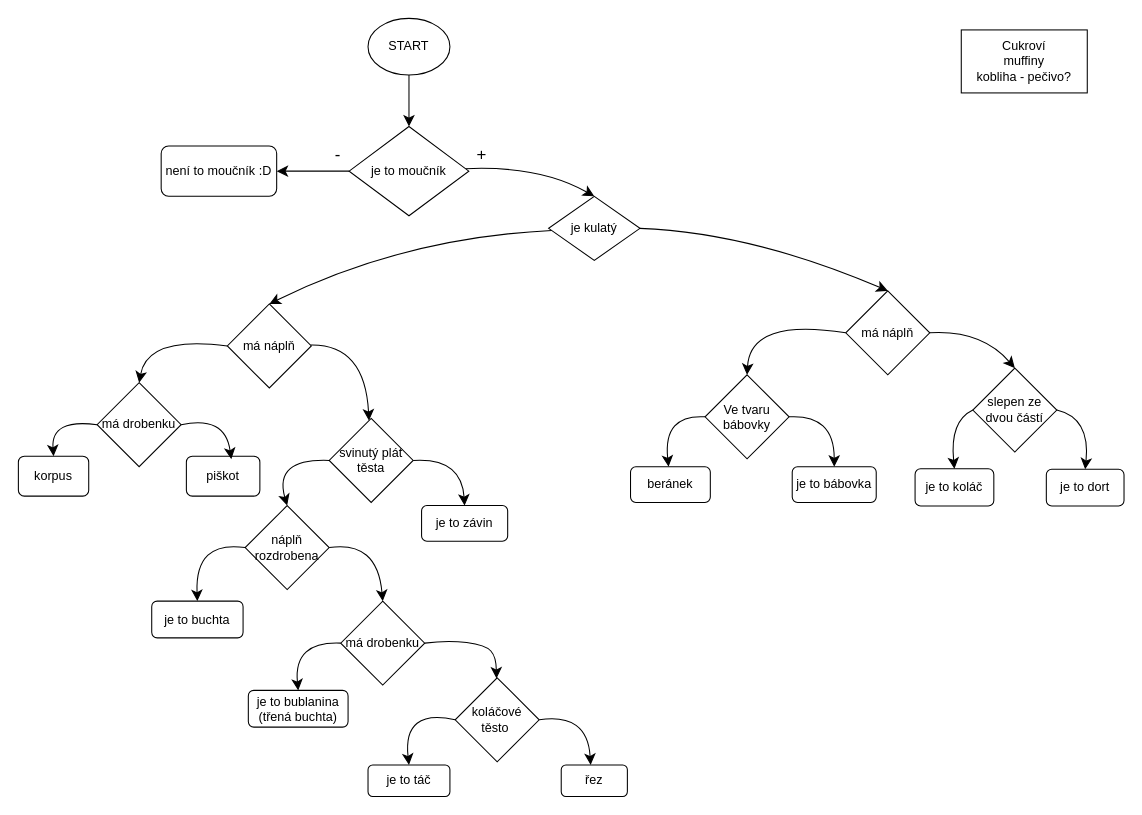
Above: moucnik_diagram.drawio in petra-tovarkova/PI-theory (draw.io), before the change. Source tidied: cells renumbered, new cells numbered last; positions are measured from the earlier drawing's top-left corner, leaving out a move shared by most shapes. Both pictures are drawn from the tidied source at 105%, with x=0, y=0 at pixel (18, 18).
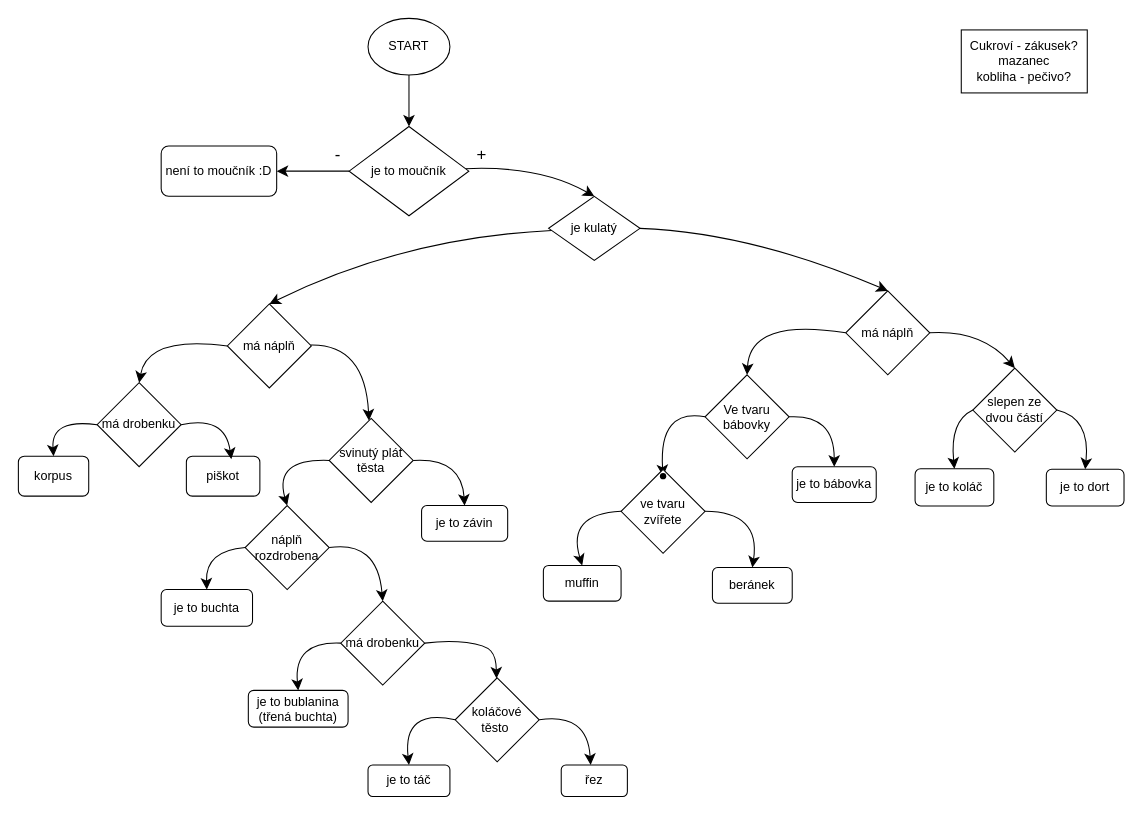
Above is the later version.

Commit message:
try to add hihi

The change refers to these unchanged cells:
```xml
<mxCell id="33" value="náplň rozdrobena" style="rhombus;whiteSpace=wrap;html=1;" parent="1" vertex="1">
  <mxGeometry x="216" y="464" width="80" height="80" as="geometry" />
</mxCell>
<mxCell id="49" value="Ve tvaru bábovky" style="rhombus;whiteSpace=wrap;html=1;" parent="1" vertex="1">
  <mxGeometry x="654" y="339.5" width="80" height="80" as="geometry" />
</mxCell>
```

Diff of the diagram source:
```diff
@@
     <mxCell id="27" value="je to buchta" style="rounded=1;whiteSpace=wrap;html=1;" parent="1" vertex="1">
-      <mxGeometry x="127" y="555" width="87" height="35" as="geometry" />
+      <mxGeometry x="136" y="544" width="87" height="35" as="geometry" />
     </mxCell>
@@
-    <mxCell id="31" style="edgeStyle=none;curved=1;rounded=0;jettySize=auto;html=1;exitX=0;exitY=0.5;exitDx=0;exitDy=0;entryX=0.5;entryY=0;entryDx=0;entryDy=0;fontSize=12;startSize=8;endSize=8;" parent="1" edge="1" source="33" target="27">
+    <mxCell id="31" style="edgeStyle=none;curved=1;rounded=0;jettySize=auto;html=1;exitX=0;exitY=0.5;exitDx=0;exitDy=0;entryX=0.68;entryY=0.07;entryDx=0;entryDy=0;fontSize=12;startSize=8;endSize=8;entryPerimeter=0;" parent="1" edge="1" source="49" target="55">
       <mxGeometry relative="1" as="geometry">
         <Array as="points">
-          <mxPoint x="168" y="497" />
+          <mxPoint x="610" y="371.5" />
         </Array>
       </mxGeometry>
     </mxCell>
@@
-    <mxCell id="50" style="endArrow=classic;html=1;rounded=0;fontSize=12;startSize=8;endSize=8;curved=1;exitX=0;exitY=0.5;exitDx=0;exitDy=0;" parent="1" edge="1" source="49" target="51">
-      <mxGeometry relative="1" as="geometry">
-        <Array as="points">
-          <mxPoint x="614" y="377" />
-        </Array>
-      </mxGeometry>
-    </mxCell>
     <mxCell id="51" value="beránek" style="rounded=1;whiteSpace=wrap;html=1;" parent="1" vertex="1">
-      <mxGeometry x="583" y="427" width="76" height="34" as="geometry" />
+      <mxGeometry x="661" y="523" width="76" height="34" as="geometry" />
     </mxCell>
-    <mxCell id="52" value="Cukroví&lt;div&gt;muffiny&lt;/div&gt;&lt;div&gt;kobliha - pečivo?&lt;/div&gt;" style="rounded=0;whiteSpace=wrap;html=1;" parent="1" vertex="1">
+    <mxCell id="52" value="Cukroví - zákusek?&lt;div&gt;mazanec&lt;/div&gt;&lt;div&gt;kobliha - pečivo?&lt;/div&gt;" style="rounded=0;whiteSpace=wrap;html=1;" parent="1" vertex="1">
       <mxGeometry x="898" y="11" width="120" height="60" as="geometry" />
     </mxCell>
+    <mxCell id="53" value="muffin" style="rounded=1;whiteSpace=wrap;html=1;" parent="1" vertex="1">
+      <mxGeometry x="500" y="521" width="74" height="34" as="geometry" />
+    </mxCell>
+    <mxCell id="54" value="ve tvaru zvířete" style="rhombus;whiteSpace=wrap;html=1;" parent="1" vertex="1">
+      <mxGeometry x="574" y="429.5" width="80" height="80" as="geometry" />
+    </mxCell>
+    <mxCell id="55" style="shape=waypoint;sketch=0;size=6;points=[];fillColor=default;perimeter=centerPerimeter;snapToPoint=1;" parent="1" vertex="1">
+      <mxGeometry x="604" y="426" width="20" height="20" as="geometry" />
+    </mxCell>
+    <mxCell id="56" style="edgeStyle=none;curved=1;rounded=0;jettySize=auto;html=1;exitX=0;exitY=0.5;exitDx=0;exitDy=0;entryX=0.5;entryY=0;entryDx=0;entryDy=0;fontSize=12;startSize=8;endSize=8;" parent="1" edge="1" source="33" target="27">
+      <mxGeometry relative="1" as="geometry">
+        <Array as="points">
+          <mxPoint x="178" y="507" />
+        </Array>
+      </mxGeometry>
+    </mxCell>
+    <mxCell id="57" style="edgeStyle=none;curved=1;rounded=0;jettySize=auto;html=1;exitX=0;exitY=0.5;exitDx=0;exitDy=0;entryX=0.5;entryY=0;entryDx=0;entryDy=0;fontSize=12;startSize=8;endSize=8;" parent="1" edge="1" source="54" target="53">
+      <mxGeometry relative="1" as="geometry">
+        <Array as="points">
+          <mxPoint x="522" y="472" />
+        </Array>
+      </mxGeometry>
+    </mxCell>
+    <mxCell id="58" style="endArrow=classic;html=1;rounded=0;fontSize=12;startSize=8;endSize=8;curved=1;exitX=1;exitY=0.5;exitDx=0;exitDy=0;entryX=0.5;entryY=0;entryDx=0;entryDy=0;" parent="1" edge="1" source="54" target="51">
+      <mxGeometry relative="1" as="geometry">
+        <Array as="points">
+          <mxPoint x="707" y="470" />
+        </Array>
+      </mxGeometry>
+    </mxCell>
```
